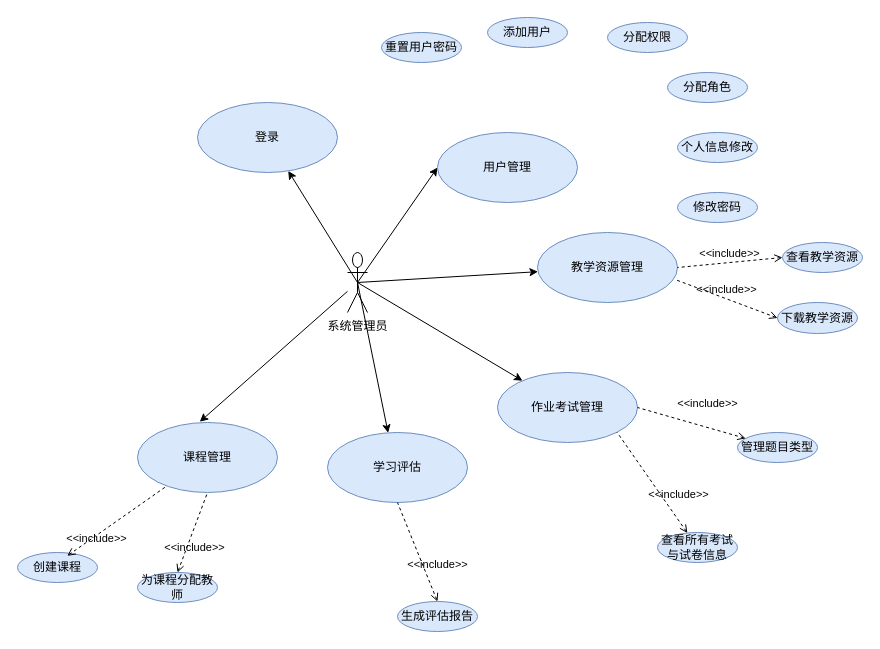
This is 管理员用例图.drawio from ytrLove/text_repo, a draw.io file, before an edit. Source tidied: cells renumbered, new cells numbered last; positions are measured from the earlier drawing's top-left corner, leaving out a move shared by most shapes. Both pictures are drawn from the tidied source at 100%, with x=0, y=0 at pixel (17, 17).
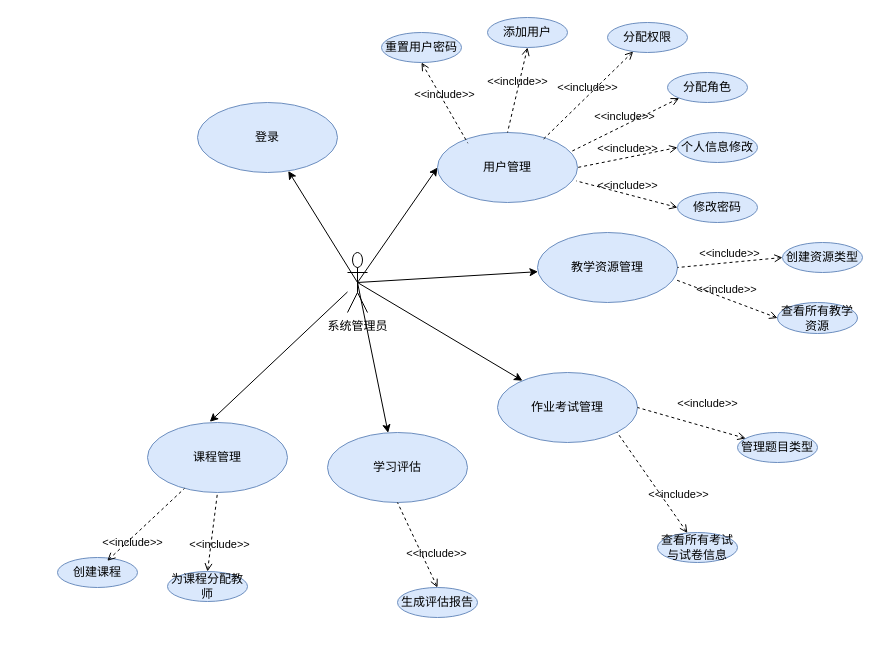
The same diagram, later.

Commit message (it also covers changes not shown here):
Update 管理员用例图.drawio

The change refers to these unchanged cells:
```xml
<mxCell id="8" value="用户管理" style="ellipse;whiteSpace=wrap;html=1;fillColor=#dae8fc;strokeColor=#6c8ebf;" parent="1" vertex="1">
  <mxGeometry x="420" y="115" width="140" height="70" as="geometry" />
</mxCell>
<mxCell id="13" value="重置用户密码" style="ellipse;whiteSpace=wrap;html=1;strokeColor=#6c8ebf;fillColor=#dae8fc;" parent="1" vertex="1">
  <mxGeometry x="364" y="15" width="80" height="30" as="geometry" />
</mxCell>
<mxCell id="14" value="添加用户" style="ellipse;whiteSpace=wrap;html=1;strokeColor=#6c8ebf;fillColor=#dae8fc;" parent="1" vertex="1">
  <mxGeometry x="470" width="80" height="30" as="geometry" />
</mxCell>
<mxCell id="16" value="分配权限" style="ellipse;whiteSpace=wrap;html=1;strokeColor=#6c8ebf;fillColor=#dae8fc;" parent="1" vertex="1">
  <mxGeometry x="590" y="5" width="80" height="30" as="geometry" />
</mxCell>
<mxCell id="30" value="分配角色" style="ellipse;whiteSpace=wrap;html=1;strokeColor=#6c8ebf;fillColor=#dae8fc;" parent="1" vertex="1">
  <mxGeometry x="650" y="55" width="80" height="30" as="geometry" />
</mxCell>
<mxCell id="31" value="个人信息修改" style="ellipse;whiteSpace=wrap;html=1;strokeColor=#6c8ebf;fillColor=#dae8fc;" parent="1" vertex="1">
  <mxGeometry x="660" y="115" width="80" height="30" as="geometry" />
</mxCell>
<mxCell id="32" value="修改密码" style="ellipse;whiteSpace=wrap;html=1;strokeColor=#6c8ebf;fillColor=#dae8fc;" parent="1" vertex="1">
  <mxGeometry x="660" y="175" width="80" height="30" as="geometry" />
</mxCell>
```

What changed in the source:
```diff
@@
-    <mxCell id="17" value="查看教学资源" style="ellipse;whiteSpace=wrap;html=1;fillColor=#dae8fc;strokeColor=#6c8ebf;" parent="1" vertex="1">
+    <mxCell id="17" value="创建资源类型" style="ellipse;whiteSpace=wrap;html=1;fillColor=#dae8fc;strokeColor=#6c8ebf;" parent="1" vertex="1">
       <mxGeometry x="765" y="225" width="80" height="30" as="geometry" />
     </mxCell>
-    <mxCell id="18" value="下载教学资源" style="ellipse;whiteSpace=wrap;html=1;fillColor=#dae8fc;strokeColor=#6c8ebf;" parent="1" vertex="1">
+    <mxCell id="18" value="查看所有教学资源" style="ellipse;whiteSpace=wrap;html=1;fillColor=#dae8fc;strokeColor=#6c8ebf;" parent="1" vertex="1">
       <mxGeometry x="760" y="285" width="80" height="31" as="geometry" />
     </mxCell>
@@
     <mxCell id="25" value="生成评估报告" style="ellipse;whiteSpace=wrap;html=1;fillColor=#dae8fc;strokeColor=#6c8ebf;" parent="1" vertex="1">
-      <mxGeometry x="380" y="584" width="80" height="30" as="geometry" />
+      <mxGeometry x="380" y="570" width="80" height="30" as="geometry" />
     </mxCell>
     <mxCell id="26" value="课程管理" style="ellipse;whiteSpace=wrap;html=1;fillColor=#dae8fc;strokeColor=#6c8ebf;" parent="1" vertex="1">
-      <mxGeometry x="120" y="405" width="140" height="70" as="geometry" />
+      <mxGeometry x="130" y="405" width="140" height="70" as="geometry" />
     </mxCell>
@@
     <mxCell id="28" value="创建课程" style="ellipse;whiteSpace=wrap;html=1;fillColor=#dae8fc;strokeColor=#6c8ebf;" parent="1" vertex="1">
-      <mxGeometry y="535" width="80" height="30" as="geometry" />
+      <mxGeometry x="40" y="540" width="80" height="30" as="geometry" />
     </mxCell>
@@
     <mxCell id="34" value="为课程分配教师" style="ellipse;whiteSpace=wrap;html=1;fillColor=#dae8fc;strokeColor=#6c8ebf;" parent="1" vertex="1">
-      <mxGeometry x="120" y="555" width="80" height="30" as="geometry" />
+      <mxGeometry x="150" y="554" width="80" height="30" as="geometry" />
     </mxCell>
@@
+    <mxCell id="36" value="&amp;lt;&amp;lt;include&amp;gt;&amp;gt;" style="html=1;verticalAlign=bottom;labelBackgroundColor=none;endArrow=none;endFill=0;dashed=1;rounded=0;exitX=0.5;exitY=1;exitDx=0;exitDy=0;entryX=0.217;entryY=0.153;entryDx=0;entryDy=0;startArrow=open;startFill=0;entryPerimeter=0;" parent="1" edge="1" source="13" target="8">
+      <mxGeometry relative="1" as="geometry" />
+    </mxCell>
+    <mxCell id="37" value="&amp;lt;&amp;lt;include&amp;gt;&amp;gt;" style="html=1;verticalAlign=bottom;labelBackgroundColor=none;endArrow=none;endFill=0;dashed=1;rounded=0;exitX=0.5;exitY=1;exitDx=0;exitDy=0;entryX=0.5;entryY=0;entryDx=0;entryDy=0;startArrow=open;startFill=0;" parent="1" edge="1" source="14" target="8">
+      <mxGeometry relative="1" as="geometry" />
+    </mxCell>
+    <mxCell id="38" value="&amp;lt;&amp;lt;include&amp;gt;&amp;gt;" style="html=1;verticalAlign=bottom;labelBackgroundColor=none;endArrow=none;endFill=0;dashed=1;rounded=0;entryX=0.744;entryY=0.12;entryDx=0;entryDy=0;startArrow=open;startFill=0;entryPerimeter=0;" parent="1" edge="1" source="16" target="8">
+      <mxGeometry relative="1" as="geometry" />
+    </mxCell>
+    <mxCell id="39" value="&amp;lt;&amp;lt;include&amp;gt;&amp;gt;" style="html=1;verticalAlign=bottom;labelBackgroundColor=none;endArrow=none;endFill=0;dashed=1;rounded=0;entryX=0.951;entryY=0.276;entryDx=0;entryDy=0;startArrow=open;startFill=0;entryPerimeter=0;exitX=0;exitY=1;exitDx=0;exitDy=0;" parent="1" edge="1" source="30" target="8">
+      <mxGeometry relative="1" as="geometry" />
+    </mxCell>
+    <mxCell id="40" value="&amp;lt;&amp;lt;include&amp;gt;&amp;gt;" style="html=1;verticalAlign=bottom;labelBackgroundColor=none;endArrow=none;endFill=0;dashed=1;rounded=0;entryX=1;entryY=0.5;entryDx=0;entryDy=0;startArrow=open;startFill=0;exitX=0;exitY=0.5;exitDx=0;exitDy=0;" parent="1" edge="1" source="31" target="8">
+      <mxGeometry relative="1" as="geometry" />
+    </mxCell>
+    <mxCell id="41" value="&amp;lt;&amp;lt;include&amp;gt;&amp;gt;" style="html=1;verticalAlign=bottom;labelBackgroundColor=none;endArrow=none;endFill=0;dashed=1;rounded=0;entryX=0.99;entryY=0.691;entryDx=0;entryDy=0;startArrow=open;startFill=0;exitX=0;exitY=0.5;exitDx=0;exitDy=0;entryPerimeter=0;" parent="1" edge="1" source="32" target="8">
+      <mxGeometry relative="1" as="geometry" />
+    </mxCell>
```
